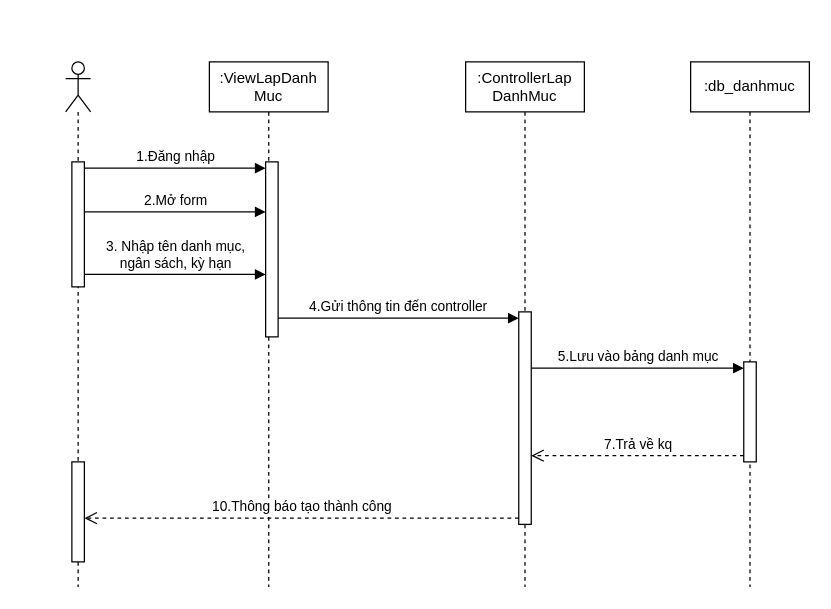
This is SequenceDiagram030525.drawio from huyga1185/quanLyKTX_22CT4, a draw.io file, before an edit. Source tidied: cells renumbered, new cells numbered last; positions are measured from the earlier drawing's top-left corner, leaving out a move shared by most shapes. Both pictures are drawn from the tidied source at 125%, with x=0, y=0 at pixel (65, 61).
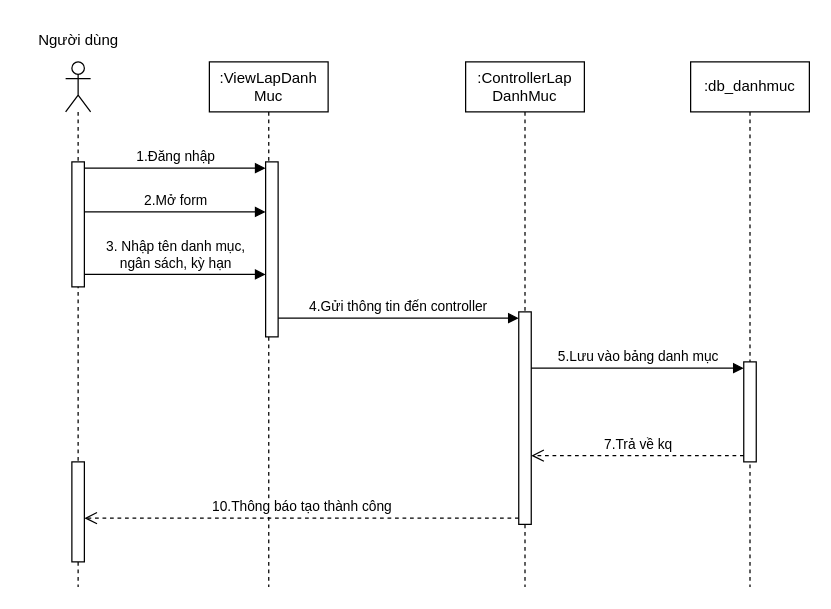
The same diagram, later.

What changed in the source:
```diff
@@
+    <mxCell id="18" value="Người dùng" style="text;html=1;align=center;verticalAlign=middle;strokeColor=none;fillColor=none;" parent="1" vertex="1">
+      <mxGeometry x="-35" y="-32" width="90" height="30" as="geometry" />
+    </mxCell>
```
